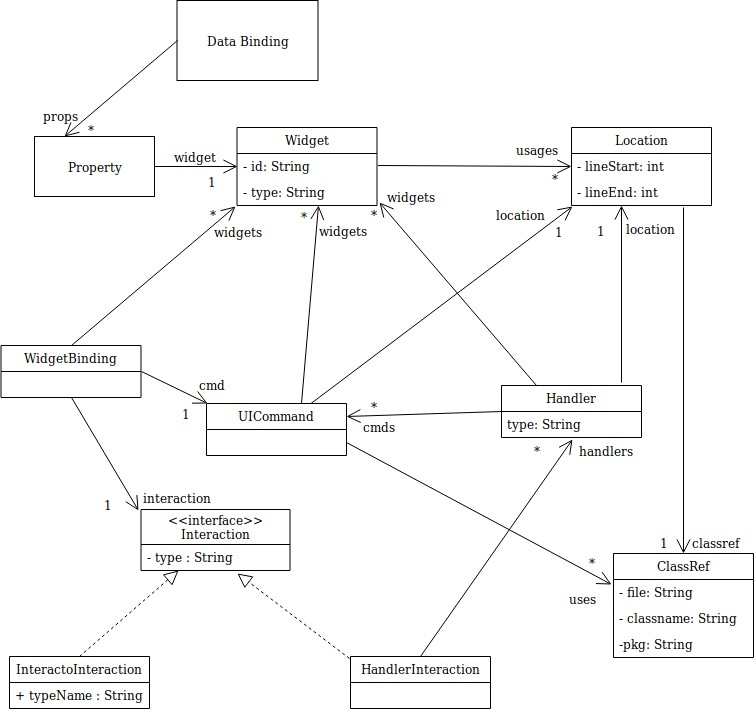
Before: class diagram.png, a diagram exported from draw.io (inspectorguidget/inspectorguidget-data). Source tidied: cells renumbered, new cells last; positions are measured from the earlier drawing's top-left corner, leaving out a move shared by most shapes.
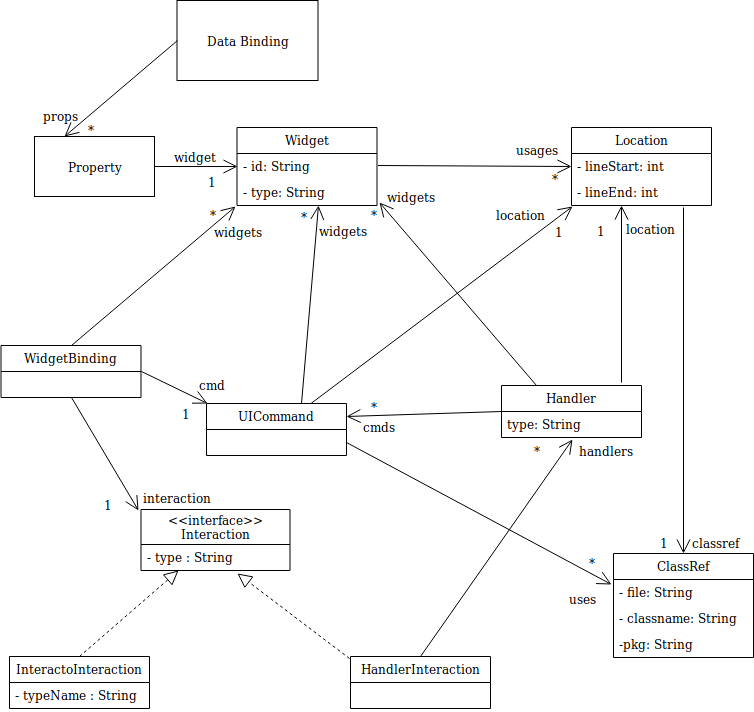
After the commit.

Commit message:
doc(class diagram) updating class diagram

Diff of the diagram source:
```diff
@@ -144,7 +144,7 @@
     <mxCell id="47" value="InteractoInteraction" style="swimlane;fontStyle=0;horizontal=1;startSize=26;fillColor=none;" parent="1" vertex="1">
       <mxGeometry x="8" y="656" width="140" height="52" as="geometry" />
     </mxCell>
-    <mxCell id="48" value="+ typeName : String" style="text;strokeColor=none;fillColor=none;align=left;verticalAlign=top;spacingLeft=4;spacingRight=4;overflow=hidden;" parent="47" vertex="1">
+    <mxCell id="48" value="- typeName : String" style="text;strokeColor=none;fillColor=none;align=left;verticalAlign=top;spacingLeft=4;spacingRight=4;overflow=hidden;" parent="47" vertex="1">
       <mxGeometry y="26" width="140" height="26" as="geometry" />
     </mxCell>
     <mxCell id="49" value="WidgetBinding" style="swimlane;fontStyle=0;horizontal=1;startSize=26;fillColor=none;" parent="1" vertex="1">
```
